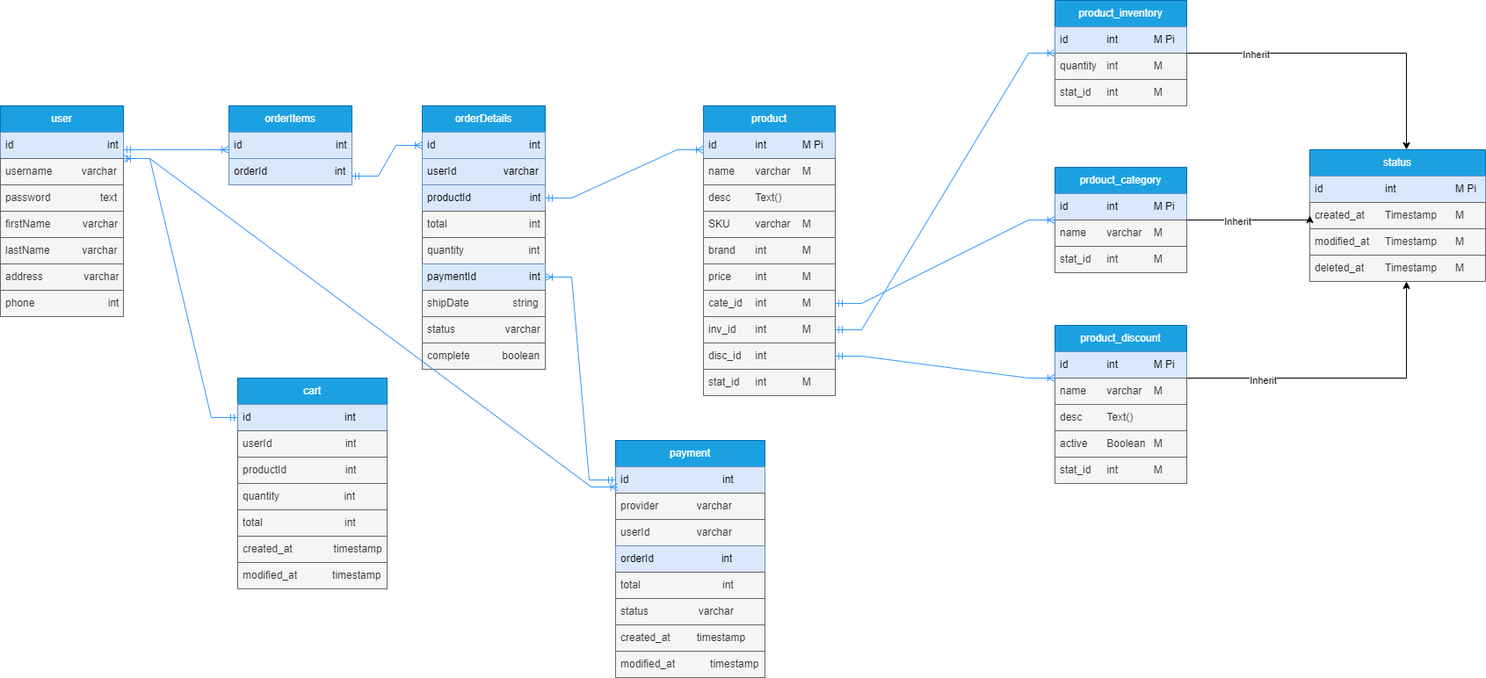
Before: ecommerce.png, a diagram exported from draw.io (sharifmajumdar/fs14-ecommerce-erd). Source tidied: cells renumbered, new cells last; positions are measured from the earlier drawing's top-left corner, leaving out a move shared by most shapes.
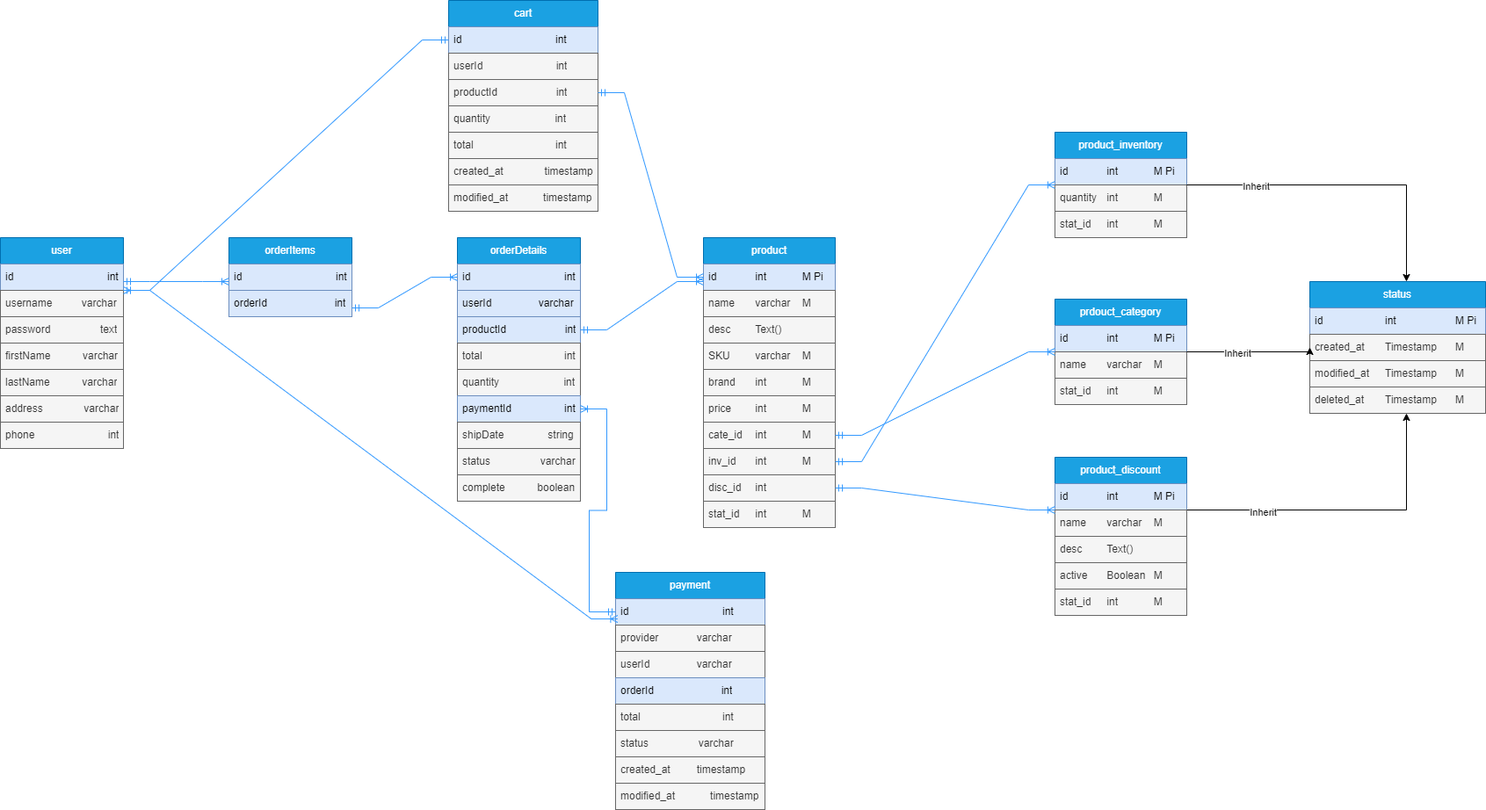
After the change.

What changed in the source:
```diff
@@ -18,7 +18,7 @@
       <mxGeometry y="60" width="140" height="30" as="geometry" />
     </mxCell>
     <mxCell id="6" value="orderDetails" style="swimlane;fontStyle=0;horizontal=1;startSize=30;whiteSpace=wrap;html=1;fillColor=#1ba1e2;strokeColor=#006EAF;fontColor=#ffffff;" parent="1" vertex="1">
-      <mxGeometry x="480" y="120" width="140" height="300" as="geometry" />
+      <mxGeometry x="520" y="120" width="140" height="300" as="geometry" />
     </mxCell>
     <mxCell id="7" value="id&amp;nbsp; &amp;nbsp; &amp;nbsp; &amp;nbsp; &amp;nbsp; &amp;nbsp; &amp;nbsp; &amp;nbsp; &amp;nbsp; &amp;nbsp; &amp;nbsp; &amp;nbsp; &amp;nbsp; &amp;nbsp; &amp;nbsp; &amp;nbsp; int" style="text;strokeColor=#6c8ebf;fillColor=#dae8fc;align=left;verticalAlign=middle;spacingLeft=4;spacingRight=4;overflow=hidden;points=[[0,0.5],[1,0.5]];portConstraint=eastwest;whiteSpace=wrap;html=1;" parent="6" vertex="1">
       <mxGeometry y="30" width="140" height="30" as="geometry" />
@@ -253,7 +253,7 @@
       <mxGeometry relative="1" as="geometry" />
     </mxCell>
     <mxCell id="78" value="cart" style="swimlane;fontStyle=0;horizontal=1;startSize=30;whiteSpace=wrap;html=1;fillColor=#1ba1e2;strokeColor=#006EAF;fontColor=#ffffff;" parent="1" vertex="1">
-      <mxGeometry x="270" y="430" width="170" height="240" as="geometry" />
+      <mxGeometry x="510" y="-150" width="170" height="240" as="geometry" />
     </mxCell>
     <mxCell id="79" value="id&amp;nbsp; &amp;nbsp; &amp;nbsp; &amp;nbsp; &amp;nbsp; &amp;nbsp; &amp;nbsp; &amp;nbsp; &amp;nbsp; &amp;nbsp; &amp;nbsp; &amp;nbsp; &amp;nbsp; &amp;nbsp; &amp;nbsp; &amp;nbsp; int" style="text;strokeColor=#6c8ebf;fillColor=#dae8fc;align=left;verticalAlign=middle;spacingLeft=4;spacingRight=4;overflow=hidden;points=[[0,0.5],[1,0.5]];portConstraint=eastwest;whiteSpace=wrap;html=1;" parent="78" vertex="1">
       <mxGeometry y="30" width="170" height="30" as="geometry" />
@@ -282,5 +282,8 @@
     <mxCell id="87" style="edgeStyle=entityRelationEdgeStyle;fontSize=12;html=1;endArrow=ERoneToMany;startArrow=ERmandOne;rounded=0;entryX=1;entryY=1;entryDx=0;entryDy=0;entryPerimeter=0;exitX=0;exitY=0.5;exitDx=0;exitDy=0;strokeColor=#3399FF;" parent="1" edge="1" source="79" target="17">
       <mxGeometry relative="1" as="geometry" />
     </mxCell>
+    <mxCell id="88" style="edgeStyle=entityRelationEdgeStyle;fontSize=12;html=1;endArrow=ERoneToMany;rounded=0;exitX=1;exitY=0.5;exitDx=0;exitDy=0;entryX=0;entryY=0.5;entryDx=0;entryDy=0;strokeColor=#3399FF;startArrow=ERmandOne;" parent="1" edge="1" source="81" target="26">
+      <mxGeometry relative="1" as="geometry" />
+    </mxCell>
   </root>
 </mxGraphModel>
```
